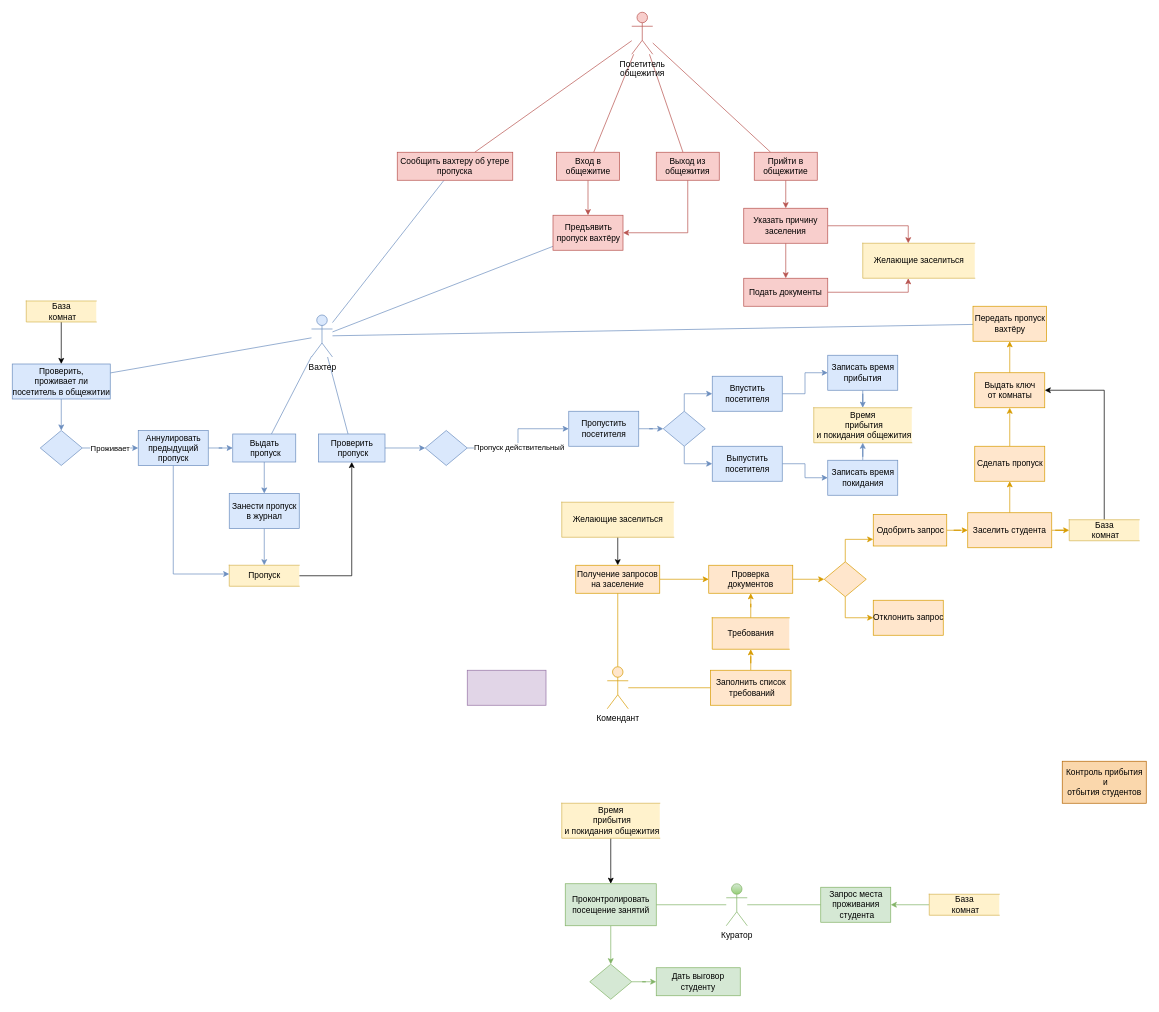
Earlier version of the draw.io diagram DFD (2).drawio (jsfrau/Zamay). Source tidied: cells renumbered, new cells numbered last; positions are measured from the earlier drawing's top-left corner, leaving out a move shared by most shapes. Both pictures are drawn from the tidied source at 70%, with x=0, y=0 at pixel (12, 12).
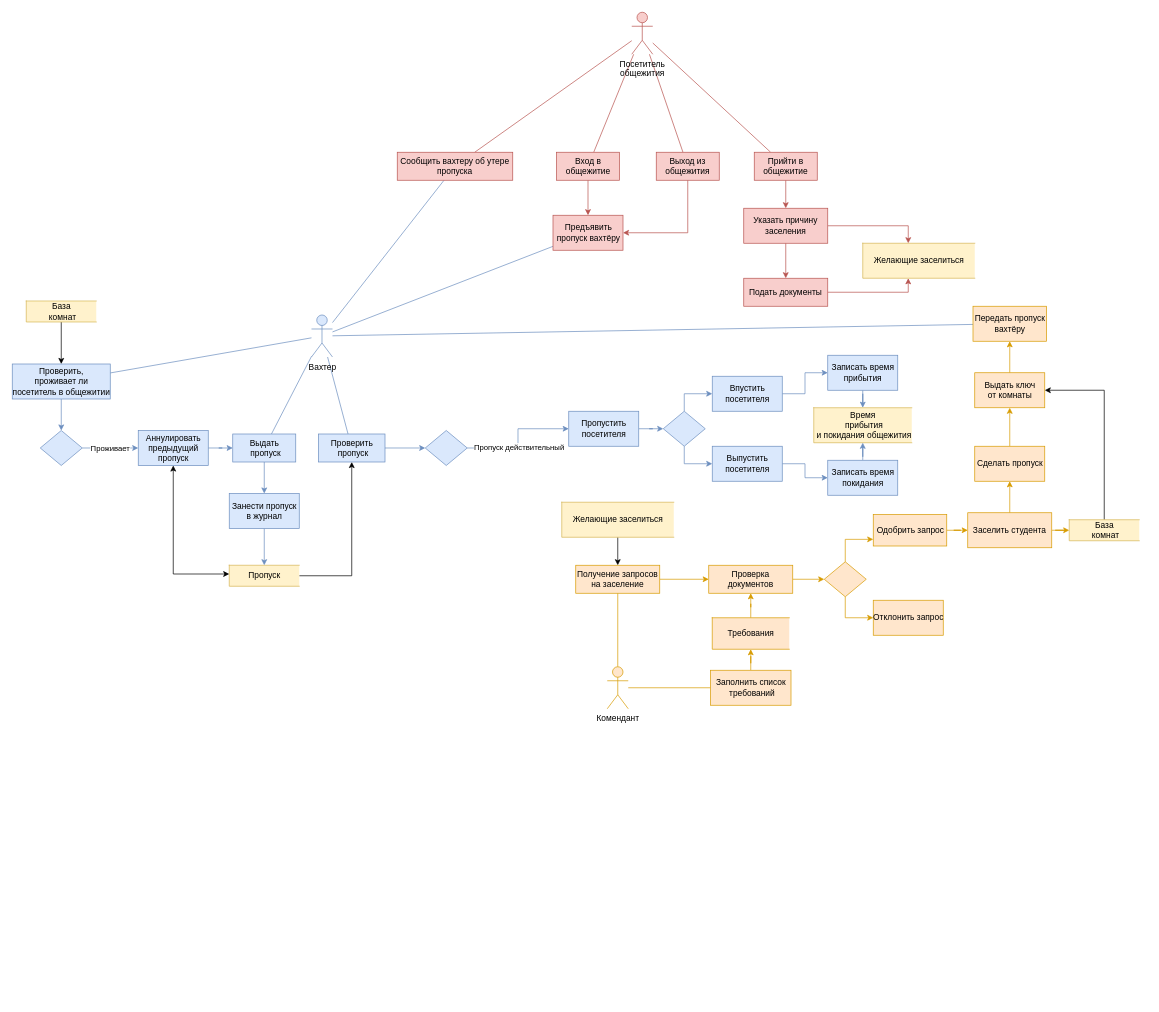
The same page after the edit.

The change refers to these unchanged cells:
```xml
<mxCell id="21" value="Пропуск" style="html=1;dashed=0;whitespace=wrap;shape=partialRectangle;right=0;fillColor=#fff2cc;strokeColor=#d6b656;" parent="1" vertex="1">
  <mxGeometry x="310" y="790" width="100" height="30" as="geometry" />
</mxCell>
<mxCell id="103" value="Аннулировать&lt;br&gt;предыдущий&lt;br&gt;пропуск" style="html=1;dashed=0;whitespace=wrap;fillColor=#dae8fc;strokeColor=#6c8ebf;" parent="1" vertex="1">
  <mxGeometry x="180" y="597.5" width="100" height="50" as="geometry" />
</mxCell>
```

Change to the diagram source:
```diff
@@
-    <mxCell id="26" style="edgeStyle=orthogonalEdgeStyle;rounded=0;jettySize=auto;html=1;endArrow=classic;endFill=1;fillColor=#d5e8d4;strokeColor=#82b366;" parent="1" edge="1" source="27" target="33">
-      <mxGeometry relative="1" as="geometry" />
-    </mxCell>
-    <mxCell id="27" value="База&lt;br&gt;&amp;nbsp;комнат" style="html=1;dashed=0;whitespace=wrap;shape=partialRectangle;right=0;fillColor=#fff2cc;strokeColor=#d6b656;" parent="1" vertex="1">
-      <mxGeometry x="1310" y="1260" width="100" height="30" as="geometry" />
-    </mxCell>
-    <mxCell id="28" value="&lt;span&gt;Контроль прибытия&lt;br&gt;&amp;nbsp;и &lt;br&gt;отбытия студентов&lt;/span&gt;" style="html=1;dashed=0;whitespace=wrap;fillColor=#fad7ac;strokeColor=#b46504;" parent="1" vertex="1">
-      <mxGeometry x="1500" y="1070" width="120" height="60" as="geometry" />
-    </mxCell>
-    <mxCell id="29" style="rounded=0;jettySize=auto;html=1;endArrow=none;endFill=0;fillColor=#d5e8d4;strokeColor=#82b366;" parent="1" edge="1" source="31" target="69">
-      <mxGeometry relative="1" as="geometry" />
-    </mxCell>
-    <mxCell id="30" style="rounded=0;jettySize=auto;html=1;endArrow=none;endFill=0;fillColor=#d5e8d4;strokeColor=#82b366;" parent="1" edge="1" source="31" target="33">
-      <mxGeometry relative="1" as="geometry" />
-    </mxCell>
-    <mxCell id="31" value="Куратор" style="shape=umlActor;verticalLabelPosition=bottom;verticalAlign=top;html=1;outlineConnect=0;labelBackgroundColor=none;fillColor=#d5e8d4;gradientColor=#97d077;strokeColor=#82b366;" parent="1" vertex="1">
-      <mxGeometry x="1020" y="1245" width="30" height="60" as="geometry" />
-    </mxCell>
-    <mxCell id="32" style="edgeStyle=orthogonalEdgeStyle;rounded=0;jettySize=auto;html=1;endArrow=classic;endFill=1;fillColor=#d5e8d4;strokeColor=#82b366;" parent="1" edge="1" source="69" target="68">
-      <mxGeometry relative="1" as="geometry" />
-    </mxCell>
-    <mxCell id="33" value="&lt;span&gt;Запрос места&lt;/span&gt;&lt;br&gt;&lt;span&gt;проживания&lt;br&gt;&amp;nbsp;студента&lt;/span&gt;" style="html=1;dashed=0;whitespace=wrap;fillColor=#d5e8d4;strokeColor=#82b366;" parent="1" vertex="1">
-      <mxGeometry x="1155" y="1250" width="100" height="50" as="geometry" />
-    </mxCell>
-    <mxCell id="34" style="edgeStyle=orthogonalEdgeStyle;rounded=0;jettySize=auto;html=1;endArrow=classic;endFill=1;" parent="1" edge="1" source="35" target="69">
-      <mxGeometry relative="1" as="geometry" />
-    </mxCell>
-    <mxCell id="35" value="&lt;span&gt;Время&lt;br&gt;&amp;nbsp;прибытия&lt;br&gt;&amp;nbsp;и покидания общежития&lt;/span&gt;" style="html=1;dashed=0;whitespace=wrap;shape=partialRectangle;right=0;fillColor=#fff2cc;strokeColor=#d6b656;" parent="1" vertex="1">
-      <mxGeometry x="785" y="1130" width="140" height="50" as="geometry" />
-    </mxCell>
@@
-    <mxCell id="38" style="edgeStyle=none;rounded=0;orthogonalLoop=1;jettySize=auto;html=1;exitX=0;exitY=0.5;exitDx=0;exitDy=0;endArrow=none;endFill=0;" parent="1" edge="1">
-      <mxGeometry relative="1" as="geometry">
-        <mxPoint x="830" y="1355" as="sourcePoint" />
-        <mxPoint x="830" y="1355" as="targetPoint" />
-      </mxGeometry>
-    </mxCell>
-    <mxCell id="39" value="Дать выговор студенту" style="rounded=0;whiteSpace=wrap;html=1;fillColor=#d5e8d4;strokeColor=#82b366;" parent="1" vertex="1">
-      <mxGeometry x="920" y="1365" width="120" height="40" as="geometry" />
-    </mxCell>
@@
-    <mxCell id="67" style="edgeStyle=orthogonalEdgeStyle;rounded=0;jettySize=auto;html=1;endArrow=classic;endFill=1;fillColor=#d5e8d4;strokeColor=#82b366;" parent="1" edge="1" source="68" target="39">
-      <mxGeometry relative="1" as="geometry" />
-    </mxCell>
-    <mxCell id="68" style="shape=rhombus;html=1;dashed=0;whitespace=wrap;perimeter=rhombusPerimeter;fillColor=#d5e8d4;strokeColor=#82b366;" parent="1" vertex="1">
-      <mxGeometry x="825" y="1360" width="60" height="50" as="geometry" />
-    </mxCell>
-    <mxCell id="69" value="Проконтролировать&lt;br&gt;посещение занятий" style="html=1;dashed=0;whitespace=wrap;fillColor=#d5e8d4;strokeColor=#82b366;" parent="1" vertex="1">
-      <mxGeometry x="790" y="1245" width="130" height="60" as="geometry" />
-    </mxCell>
@@
-    <mxCell id="90" style="html=1;dashed=0;whitespace=wrap;fillColor=#e1d5e7;strokeColor=#9673a6;" parent="1" vertex="1">
-      <mxGeometry x="650" y="940" width="112.5" height="50" as="geometry" />
-    </mxCell>
@@
-    <mxCell id="102" style="edgeStyle=orthogonalEdgeStyle;rounded=0;jettySize=auto;html=1;endArrow=classic;endFill=1;fillColor=#dae8fc;strokeColor=#6c8ebf;" parent="1" edge="1" source="103" target="21">
+    <mxCell id="102" style="edgeStyle=orthogonalEdgeStyle;rounded=0;jettySize=auto;html=1;endArrow=classic;endFill=1;startArrow=classic;startFill=1;" parent="1" edge="1" source="103" target="21">
       <mxGeometry relative="1" as="geometry">
         <Array as="points">
           <mxPoint x="230" y="802.5" />
         </Array>
       </mxGeometry>
     </mxCell>
```
